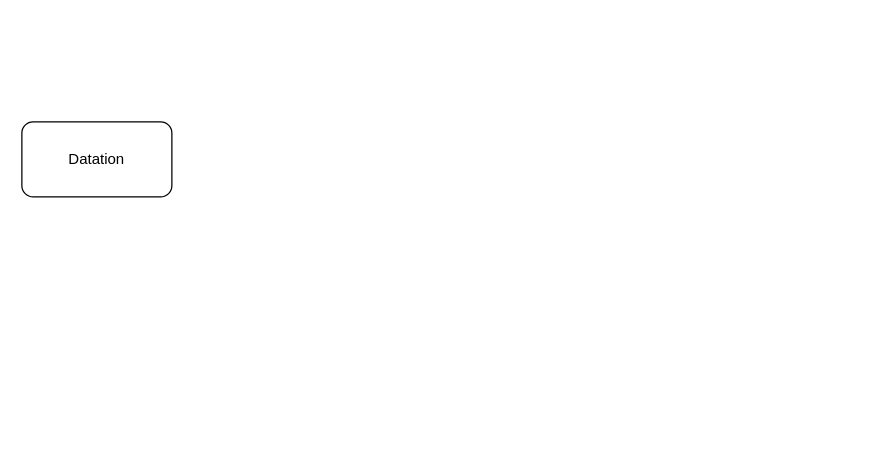
FredericLoge/misc keeps this draw.io diagram as Untitled Diagram.drawio. Above is the earlier version. Source tidied: cells renumbered, new cells numbered last; positions are measured from the earlier drawing's top-left corner, leaving out a move shared by most shapes. Both pictures are drawn from the tidied source at 125%, with x=0, y=0 at pixel (21, 121).
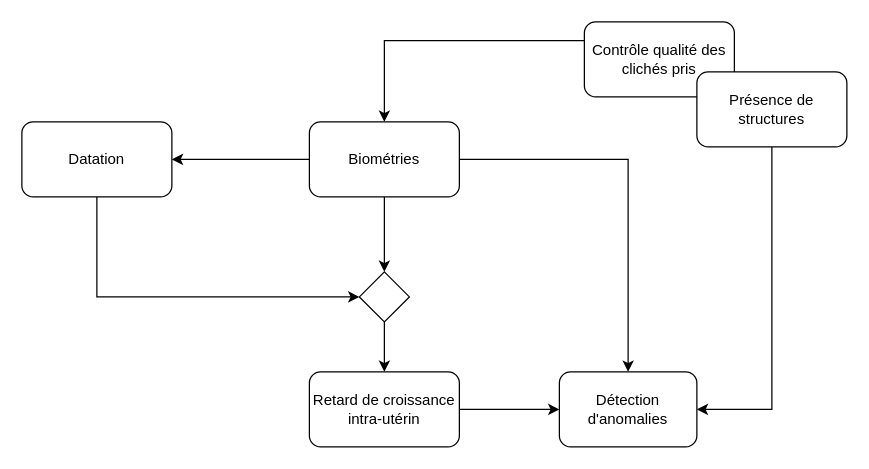
The same page after the edit.

What changed in the source:
```diff
@@
 <mxGraphModel>
   <root>
     <mxCell id="0" />
     <mxCell id="1" parent="0" />
+    <mxCell id="3" style="edgeStyle=orthogonalEdgeStyle;rounded=0;jettySize=auto;html=1;exitX=0.5;exitY=1;exitDx=0;exitDy=0;entryX=0;entryY=0.5;entryDx=0;entryDy=0;" parent="1" edge="1" source="2" target="11">
+      <mxGeometry relative="1" as="geometry" />
+    </mxCell>
     <mxCell id="2" value="Datation" style="rounded=1;whiteSpace=wrap;html=1;" parent="1" vertex="1">
       <mxGeometry width="120" height="60" as="geometry" />
     </mxCell>
+    <mxCell id="4" style="edgeStyle=orthogonalEdgeStyle;rounded=0;jettySize=auto;html=1;exitX=1;exitY=0.5;exitDx=0;exitDy=0;entryX=0;entryY=0.5;entryDx=0;entryDy=0;" parent="1" edge="1" source="5" target="12">
+      <mxGeometry relative="1" as="geometry" />
+    </mxCell>
+    <mxCell id="5" value="Retard de croissance intra-utérin" style="rounded=1;whiteSpace=wrap;html=1;" parent="1" vertex="1">
+      <mxGeometry x="230" y="200" width="120" height="60" as="geometry" />
+    </mxCell>
+    <mxCell id="6" style="edgeStyle=orthogonalEdgeStyle;rounded=0;jettySize=auto;html=1;exitX=0;exitY=0.5;exitDx=0;exitDy=0;entryX=1;entryY=0.5;entryDx=0;entryDy=0;" parent="1" edge="1" source="9" target="2">
+      <mxGeometry relative="1" as="geometry" />
+    </mxCell>
+    <mxCell id="7" style="edgeStyle=orthogonalEdgeStyle;rounded=0;jettySize=auto;html=1;exitX=0.5;exitY=1;exitDx=0;exitDy=0;entryX=0.5;entryY=0;entryDx=0;entryDy=0;" parent="1" edge="1" source="9" target="11">
+      <mxGeometry relative="1" as="geometry">
+        <Array as="points">
+          <mxPoint x="290" y="90" />
+          <mxPoint x="290" y="90" />
+        </Array>
+      </mxGeometry>
+    </mxCell>
+    <mxCell id="8" style="edgeStyle=orthogonalEdgeStyle;rounded=0;jettySize=auto;html=1;exitX=1;exitY=0.5;exitDx=0;exitDy=0;entryX=0.5;entryY=0;entryDx=0;entryDy=0;" parent="1" edge="1" source="9" target="12">
+      <mxGeometry relative="1" as="geometry" />
+    </mxCell>
+    <mxCell id="9" value="Biométries" style="rounded=1;whiteSpace=wrap;html=1;" parent="1" vertex="1">
+      <mxGeometry x="230" width="120" height="60" as="geometry" />
+    </mxCell>
+    <mxCell id="10" style="edgeStyle=orthogonalEdgeStyle;rounded=0;jettySize=auto;html=1;exitX=0.5;exitY=1;exitDx=0;exitDy=0;entryX=0.5;entryY=0;entryDx=0;entryDy=0;" parent="1" edge="1" source="11" target="5">
+      <mxGeometry relative="1" as="geometry" />
+    </mxCell>
+    <mxCell id="11" style="rhombus;whiteSpace=wrap;html=1;" parent="1" vertex="1">
+      <mxGeometry x="270" y="120" width="40" height="40" as="geometry" />
+    </mxCell>
+    <mxCell id="12" value="Détection d'anomalies" style="rounded=1;whiteSpace=wrap;html=1;" parent="1" vertex="1">
+      <mxGeometry x="430" y="200" width="110" height="60" as="geometry" />
+    </mxCell>
+    <mxCell id="13" style="edgeStyle=orthogonalEdgeStyle;rounded=0;jettySize=auto;html=1;exitX=0;exitY=0.25;exitDx=0;exitDy=0;entryX=0.5;entryY=0;entryDx=0;entryDy=0;" parent="1" edge="1" source="14" target="9">
+      <mxGeometry relative="1" as="geometry" />
+    </mxCell>
+    <mxCell id="14" value="Contrôle qualité des clichés pris" style="rounded=1;whiteSpace=wrap;html=1;" parent="1" vertex="1">
+      <mxGeometry x="450" y="-80" width="120" height="60" as="geometry" />
+    </mxCell>
+    <mxCell id="15" style="edgeStyle=orthogonalEdgeStyle;rounded=0;jettySize=auto;html=1;exitX=0.5;exitY=1;exitDx=0;exitDy=0;entryX=1;entryY=0.5;entryDx=0;entryDy=0;" parent="1" edge="1" source="16" target="12">
+      <mxGeometry relative="1" as="geometry" />
+    </mxCell>
+    <mxCell id="16" value="Présence de structures" style="rounded=1;whiteSpace=wrap;html=1;" parent="1" vertex="1">
+      <mxGeometry x="540" y="-40" width="120" height="60" as="geometry" />
+    </mxCell>
   </root>
 </mxGraphModel>
```
